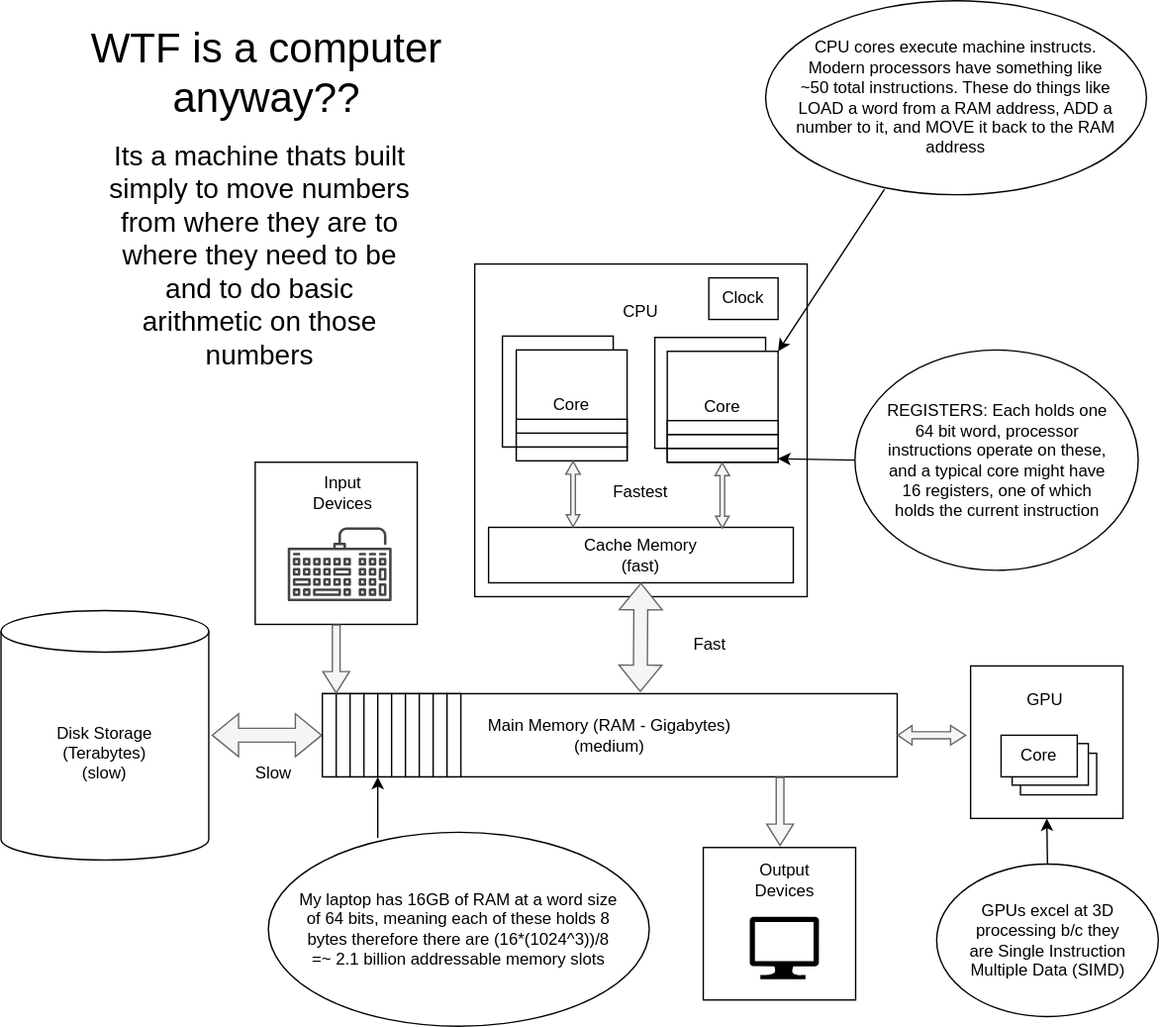
bckohan/learn-python keeps this draw.io diagram as learn_python/preamble/ComputerMentalModel.svg. Above is the earlier version. Source tidied: cells renumbered, new cells last; positions are measured from the earlier drawing's top-left corner, leaving out a move shared by most shapes. Its diagram source:
```xml
<mxGraphModel>
  <root>
    <mxCell id="0" />
    <mxCell id="1" parent="0" />
    <mxCell id="2" style="whiteSpace=wrap;html=1;" parent="1" vertex="1">
      <mxGeometry x="342" y="190" width="240" height="240" as="geometry" />
    </mxCell>
    <mxCell id="3" value="Core1" style="whiteSpace=wrap;html=1;" parent="1" vertex="1">
      <mxGeometry x="362" y="242" width="80" height="80" as="geometry" />
    </mxCell>
    <mxCell id="4" value="Core1" style="whiteSpace=wrap;html=1;" parent="1" vertex="1">
      <mxGeometry x="472" y="243" width="80" height="80" as="geometry" />
    </mxCell>
    <mxCell id="5" value="Core" style="whiteSpace=wrap;html=1;" parent="1" vertex="1">
      <mxGeometry x="372" y="252" width="80" height="80" as="geometry" />
    </mxCell>
    <mxCell id="6" value="CPU" style="rounded=0;whiteSpace=wrap;html=1;gradientColor=none;strokeColor=none;" parent="1" vertex="1">
      <mxGeometry x="362" y="210" width="200" height="30" as="geometry" />
    </mxCell>
    <mxCell id="7" value="Cache Memory&lt;br&gt;(fast)" style="rounded=0;whiteSpace=wrap;html=1;" parent="1" vertex="1">
      <mxGeometry x="352" y="380" width="220" height="40" as="geometry" />
    </mxCell>
    <mxCell id="8" value="Main Memory (RAM - Gigabytes)&lt;br&gt;(medium)" style="rounded=0;whiteSpace=wrap;html=1;" parent="1" vertex="1">
      <mxGeometry x="232" y="500" width="415" height="60" as="geometry" />
    </mxCell>
    <mxCell id="9" value="Disk Storage&lt;br&gt;(Terabytes)&lt;br&gt;(slow)" style="shape=cylinder3;whiteSpace=wrap;html=1;boundedLbl=1;backgroundOutline=1;size=15;" parent="1" vertex="1">
      <mxGeometry y="440" width="150" height="180" as="geometry" />
    </mxCell>
    <mxCell id="10" style="shape=flexArrow;endArrow=classic;startArrow=classic;html=1;rounded=0;exitX=0.553;exitY=-0.018;exitDx=0;exitDy=0;entryX=0.5;entryY=1;entryDx=0;entryDy=0;fillColor=#f5f5f5;strokeColor=#666666;exitPerimeter=0;" parent="1" edge="1" source="8" target="7">
      <mxGeometry relative="1" as="geometry" />
    </mxCell>
    <mxCell id="11" style="shape=flexArrow;endArrow=classic;startArrow=classic;html=1;rounded=0;exitX=0;exitY=0.5;exitDx=0;exitDy=0;fillColor=#f5f5f5;strokeColor=#666666;" parent="1" edge="1" source="8">
      <mxGeometry relative="1" as="geometry">
        <mxPoint x="152" y="530" as="targetPoint" />
      </mxGeometry>
    </mxCell>
    <mxCell id="12" style="rounded=0;whiteSpace=wrap;html=1;rotation=90;" parent="1" vertex="1">
      <mxGeometry x="207" y="525" width="60" height="10" as="geometry" />
    </mxCell>
    <mxCell id="13" style="rounded=0;whiteSpace=wrap;html=1;rotation=90;" parent="1" vertex="1">
      <mxGeometry x="217" y="525" width="60" height="10" as="geometry" />
    </mxCell>
    <mxCell id="14" style="rounded=0;whiteSpace=wrap;html=1;rotation=90;" parent="1" vertex="1">
      <mxGeometry x="227" y="525" width="60" height="10" as="geometry" />
    </mxCell>
    <mxCell id="15" style="rounded=0;whiteSpace=wrap;html=1;rotation=90;" parent="1" vertex="1">
      <mxGeometry x="237" y="525" width="60" height="10" as="geometry" />
    </mxCell>
    <mxCell id="16" style="rounded=0;whiteSpace=wrap;html=1;rotation=90;" parent="1" vertex="1">
      <mxGeometry x="247" y="525" width="60" height="10" as="geometry" />
    </mxCell>
    <mxCell id="17" style="rounded=0;whiteSpace=wrap;html=1;rotation=90;" parent="1" vertex="1">
      <mxGeometry x="257" y="525" width="60" height="10" as="geometry" />
    </mxCell>
    <mxCell id="18" style="rounded=0;whiteSpace=wrap;html=1;rotation=90;" parent="1" vertex="1">
      <mxGeometry x="267" y="525" width="60" height="10" as="geometry" />
    </mxCell>
    <mxCell id="19" style="rounded=0;whiteSpace=wrap;html=1;rotation=90;" parent="1" vertex="1">
      <mxGeometry x="277" y="525" width="60" height="10" as="geometry" />
    </mxCell>
    <mxCell id="20" style="rounded=0;whiteSpace=wrap;html=1;rotation=90;" parent="1" vertex="1">
      <mxGeometry x="287" y="525" width="60" height="10" as="geometry" />
    </mxCell>
    <mxCell id="21" style="rounded=0;whiteSpace=wrap;html=1;rotation=90;" parent="1" vertex="1">
      <mxGeometry x="297" y="525" width="60" height="10" as="geometry" />
    </mxCell>
    <mxCell id="22" value="My laptop has 16GB of RAM at a word size of 64 bits, meaning each of these holds 8 bytes therefore there are (16*(1024^3))/8 =~ 2.1 billion addressable memory slots" style="ellipse;whiteSpace=wrap;html=1;labelPadding=2;perimeterSpacing=11;spacingLeft=0;spacing=21;" parent="1" vertex="1">
      <mxGeometry x="193" y="600" width="275" height="140" as="geometry" />
    </mxCell>
    <mxCell id="23" style="endArrow=classic;html=1;rounded=0;exitX=0.303;exitY=0.093;exitDx=0;exitDy=0;exitPerimeter=0;entryX=1;entryY=1;entryDx=0;entryDy=0;" parent="1" edge="1" source="22" target="16">
      <mxGeometry relative="1" as="geometry" />
    </mxCell>
    <mxCell id="24" value="CPU cores execute machine instructs. Modern processors have something like ~50 total instructions. These do things like LOAD a word from a RAM address, ADD a number to it, and MOVE it back to the RAM address" style="ellipse;whiteSpace=wrap;html=1;labelPadding=2;perimeterSpacing=11;spacingLeft=0;spacing=21;" parent="1" vertex="1">
      <mxGeometry x="552" width="275" height="140" as="geometry" />
    </mxCell>
    <mxCell id="25" style="rounded=0;whiteSpace=wrap;html=1;rotation=-180;" parent="1" vertex="1">
      <mxGeometry x="372" y="322" width="80" height="10" as="geometry" />
    </mxCell>
    <mxCell id="26" style="rounded=0;whiteSpace=wrap;html=1;rotation=-180;" parent="1" vertex="1">
      <mxGeometry x="372" y="312" width="80" height="10" as="geometry" />
    </mxCell>
    <mxCell id="27" style="rounded=0;whiteSpace=wrap;html=1;rotation=-180;" parent="1" vertex="1">
      <mxGeometry x="372" y="302" width="80" height="10" as="geometry" />
    </mxCell>
    <mxCell id="28" value="Core" style="whiteSpace=wrap;html=1;" parent="1" vertex="1">
      <mxGeometry x="481" y="253" width="80" height="80" as="geometry" />
    </mxCell>
    <mxCell id="29" style="rounded=0;whiteSpace=wrap;html=1;rotation=-180;" parent="1" vertex="1">
      <mxGeometry x="481" y="323" width="80" height="10" as="geometry" />
    </mxCell>
    <mxCell id="30" style="rounded=0;whiteSpace=wrap;html=1;rotation=-180;" parent="1" vertex="1">
      <mxGeometry x="481" y="313" width="80" height="10" as="geometry" />
    </mxCell>
    <mxCell id="31" style="rounded=0;whiteSpace=wrap;html=1;rotation=-180;" parent="1" vertex="1">
      <mxGeometry x="481" y="303" width="80" height="10" as="geometry" />
    </mxCell>
    <mxCell id="32" value="REGISTERS: Each holds one 64 bit word, processor instructions operate on these, and a typical core might have 16 registers, one of which holds the current instruction" style="ellipse;whiteSpace=wrap;html=1;spacing=23;" parent="1" vertex="1">
      <mxGeometry x="616.5" y="252" width="204.5" height="159" as="geometry" />
    </mxCell>
    <mxCell id="33" style="endArrow=classic;html=1;rounded=0;entryX=0;entryY=0.25;entryDx=0;entryDy=0;exitX=0;exitY=0.5;exitDx=0;exitDy=0;" parent="1" edge="1" source="32" target="29">
      <mxGeometry relative="1" as="geometry" />
    </mxCell>
    <mxCell id="34" style="shape=flexArrow;endArrow=classic;startArrow=classic;html=1;rounded=0;entryX=0.25;entryY=1;entryDx=0;entryDy=0;fillColor=#f5f5f5;strokeColor=#666666;width=3.3220338983050848;endSize=2.71728813559322;endWidth=6.101694915254237;startWidth=5.423728813559322;startSize=2.5254237288135593;" parent="1" edge="1">
      <mxGeometry relative="1" as="geometry">
        <mxPoint x="413" y="380" as="sourcePoint" />
        <mxPoint x="413" y="332" as="targetPoint" />
      </mxGeometry>
    </mxCell>
    <mxCell id="35" style="shape=flexArrow;endArrow=classic;startArrow=classic;html=1;rounded=0;entryX=0.25;entryY=1;entryDx=0;entryDy=0;fillColor=#f5f5f5;strokeColor=#666666;width=3.3220338983050848;endSize=2.71728813559322;endWidth=6.101694915254237;startWidth=5.423728813559322;startSize=2.5254237288135593;" parent="1" edge="1">
      <mxGeometry relative="1" as="geometry">
        <mxPoint x="520.8" y="381" as="sourcePoint" />
        <mxPoint x="520.8" y="333" as="targetPoint" />
      </mxGeometry>
    </mxCell>
    <mxCell id="36" style="endArrow=classic;html=1;rounded=0;entryX=1;entryY=0;entryDx=0;entryDy=0;exitX=0.326;exitY=0.908;exitDx=0;exitDy=0;exitPerimeter=0;" parent="1" edge="1" source="24" target="28">
      <mxGeometry relative="1" as="geometry" />
    </mxCell>
    <mxCell id="37" value="&lt;font style=&quot;font-size: 30px;&quot;&gt;WTF is a computer anyway??&lt;br&gt;&lt;br&gt;&lt;/font&gt;" style="rounded=0;whiteSpace=wrap;html=1;strokeColor=none;fillColor=none;" parent="1" vertex="1">
      <mxGeometry x="42" y="26" width="300" height="88" as="geometry" />
    </mxCell>
    <mxCell id="38" style="whiteSpace=wrap;html=1;" parent="1" vertex="1">
      <mxGeometry x="183.5" y="333" width="117" height="117" as="geometry" />
    </mxCell>
    <mxCell id="39" style="sketch=0;shadow=0;dashed=0;html=1;strokeColor=none;fillColor=#434445;labelPosition=center;verticalLabelPosition=bottom;verticalAlign=top;align=center;shape=mxgraph.vvd.keyboard;" parent="1" vertex="1">
      <mxGeometry x="207" y="380" width="75" height="53.2" as="geometry" />
    </mxCell>
    <mxCell id="40" value="Input Devices" style="text;html=1;strokeColor=none;fillColor=none;align=center;verticalAlign=middle;whiteSpace=wrap;rounded=0;" parent="1" vertex="1">
      <mxGeometry x="217" y="340" width="60" height="30" as="geometry" />
    </mxCell>
    <mxCell id="41" style="shape=flexArrow;endArrow=classic;html=1;rounded=0;endWidth=12.716049382716049;endSize=4.811111111111111;width=5.555555555555555;exitX=0.5;exitY=1;exitDx=0;exitDy=0;entryX=0;entryY=1;entryDx=0;entryDy=0;fillColor=#f5f5f5;strokeColor=#666666;" parent="1" edge="1" source="38" target="13">
      <mxGeometry relative="1" as="geometry" />
    </mxCell>
    <mxCell id="42" style="shape=flexArrow;endArrow=classic;html=1;rounded=0;endWidth=12.716049382716049;endSize=4.811111111111111;width=5.555555555555555;exitX=0.5;exitY=1;exitDx=0;exitDy=0;entryX=0;entryY=1;entryDx=0;entryDy=0;fillColor=#f5f5f5;strokeColor=#666666;" parent="1" edge="1">
      <mxGeometry relative="1" as="geometry">
        <mxPoint x="562.4" y="560" as="sourcePoint" />
        <mxPoint x="562.4" y="610" as="targetPoint" />
      </mxGeometry>
    </mxCell>
    <mxCell id="43" style="whiteSpace=wrap;html=1;" parent="1" vertex="1">
      <mxGeometry x="700" y="480" width="110" height="110" as="geometry" />
    </mxCell>
    <mxCell id="44" value="Core" style="rounded=0;whiteSpace=wrap;html=1;" parent="1" vertex="1">
      <mxGeometry x="736" y="543" width="55" height="30" as="geometry" />
    </mxCell>
    <mxCell id="45" value="Core" style="rounded=0;whiteSpace=wrap;html=1;" parent="1" vertex="1">
      <mxGeometry x="730" y="536" width="55" height="30" as="geometry" />
    </mxCell>
    <mxCell id="46" value="Core" style="rounded=0;whiteSpace=wrap;html=1;" parent="1" vertex="1">
      <mxGeometry x="722" y="530" width="55" height="30" as="geometry" />
    </mxCell>
    <mxCell id="47" value="GPU" style="text;html=1;strokeColor=none;fillColor=none;align=center;verticalAlign=middle;whiteSpace=wrap;rounded=0;" parent="1" vertex="1">
      <mxGeometry x="724" y="490" width="60" height="30" as="geometry" />
    </mxCell>
    <mxCell id="48" style="shape=flexArrow;endArrow=classic;startArrow=classic;html=1;rounded=0;entryX=1;entryY=0.5;entryDx=0;entryDy=0;fillColor=#f5f5f5;strokeColor=#666666;endWidth=7.943262411347518;endSize=3.0652482269503545;width=5.1063829787234045;startSize=3.321985815602837;startWidth=7.943262411347518;" parent="1" edge="1" target="8">
      <mxGeometry relative="1" as="geometry">
        <mxPoint x="697" y="530" as="sourcePoint" />
      </mxGeometry>
    </mxCell>
    <mxCell id="49" value="GPUs excel at 3D processing b/c they are Single Instruction Multiple Data (SIMD)" style="ellipse;whiteSpace=wrap;html=1;spacing=20;" parent="1" vertex="1">
      <mxGeometry x="675.5" y="623" width="160" height="110" as="geometry" />
    </mxCell>
    <mxCell id="50" style="group;" parent="1" vertex="1">
      <mxGeometry x="507" y="611" width="110" height="110" as="geometry" />
    </mxCell>
    <mxCell id="51" style="whiteSpace=wrap;html=1;" parent="50" vertex="1">
      <mxGeometry width="110" height="110" as="geometry" />
    </mxCell>
    <mxCell id="52" style="sketch=0;shadow=0;dashed=0;html=1;strokeColor=none;labelPosition=center;verticalLabelPosition=bottom;verticalAlign=top;align=center;fillColor=#000000;shape=mxgraph.azure.computer;" parent="50" vertex="1">
      <mxGeometry x="33.5" y="50" width="50" height="45" as="geometry" />
    </mxCell>
    <mxCell id="53" value="Output Devices" style="text;html=1;strokeColor=none;fillColor=none;align=center;verticalAlign=middle;whiteSpace=wrap;rounded=0;" parent="50" vertex="1">
      <mxGeometry x="28.5" y="9" width="60" height="30" as="geometry" />
    </mxCell>
    <mxCell id="54" style="endArrow=classic;html=1;rounded=0;entryX=0.5;entryY=1;entryDx=0;entryDy=0;exitX=0.5;exitY=0;exitDx=0;exitDy=0;" parent="1" edge="1" source="49" target="43">
      <mxGeometry relative="1" as="geometry" />
    </mxCell>
    <mxCell id="55" value="&lt;font style=&quot;font-size: 20px;&quot;&gt;Its a machine thats built simply to move numbers from where they are to where they need to be and to do basic arithmetic on those numbers&lt;/font&gt;" style="text;html=1;strokeColor=none;fillColor=none;align=center;verticalAlign=middle;whiteSpace=wrap;rounded=0;" parent="1" vertex="1">
      <mxGeometry x="77" y="98" width="220" height="170" as="geometry" />
    </mxCell>
    <mxCell id="56" value="Slow" style="text;html=1;strokeColor=none;fillColor=none;align=center;verticalAlign=middle;whiteSpace=wrap;rounded=0;" parent="1" vertex="1">
      <mxGeometry x="167" y="543" width="60" height="30" as="geometry" />
    </mxCell>
    <mxCell id="57" value="Fast" style="text;html=1;strokeColor=none;fillColor=none;align=center;verticalAlign=middle;whiteSpace=wrap;rounded=0;" parent="1" vertex="1">
      <mxGeometry x="482" y="450" width="60" height="30" as="geometry" />
    </mxCell>
    <mxCell id="58" value="Fastest" style="text;html=1;strokeColor=none;fillColor=none;align=center;verticalAlign=middle;whiteSpace=wrap;rounded=0;" parent="1" vertex="1">
      <mxGeometry x="432" y="340" width="60" height="30" as="geometry" />
    </mxCell>
    <mxCell id="59" value="Clock" style="rounded=0;whiteSpace=wrap;html=1;" parent="1" vertex="1">
      <mxGeometry x="511" y="200" width="50" height="30" as="geometry" />
    </mxCell>
  </root>
</mxGraphModel>
```
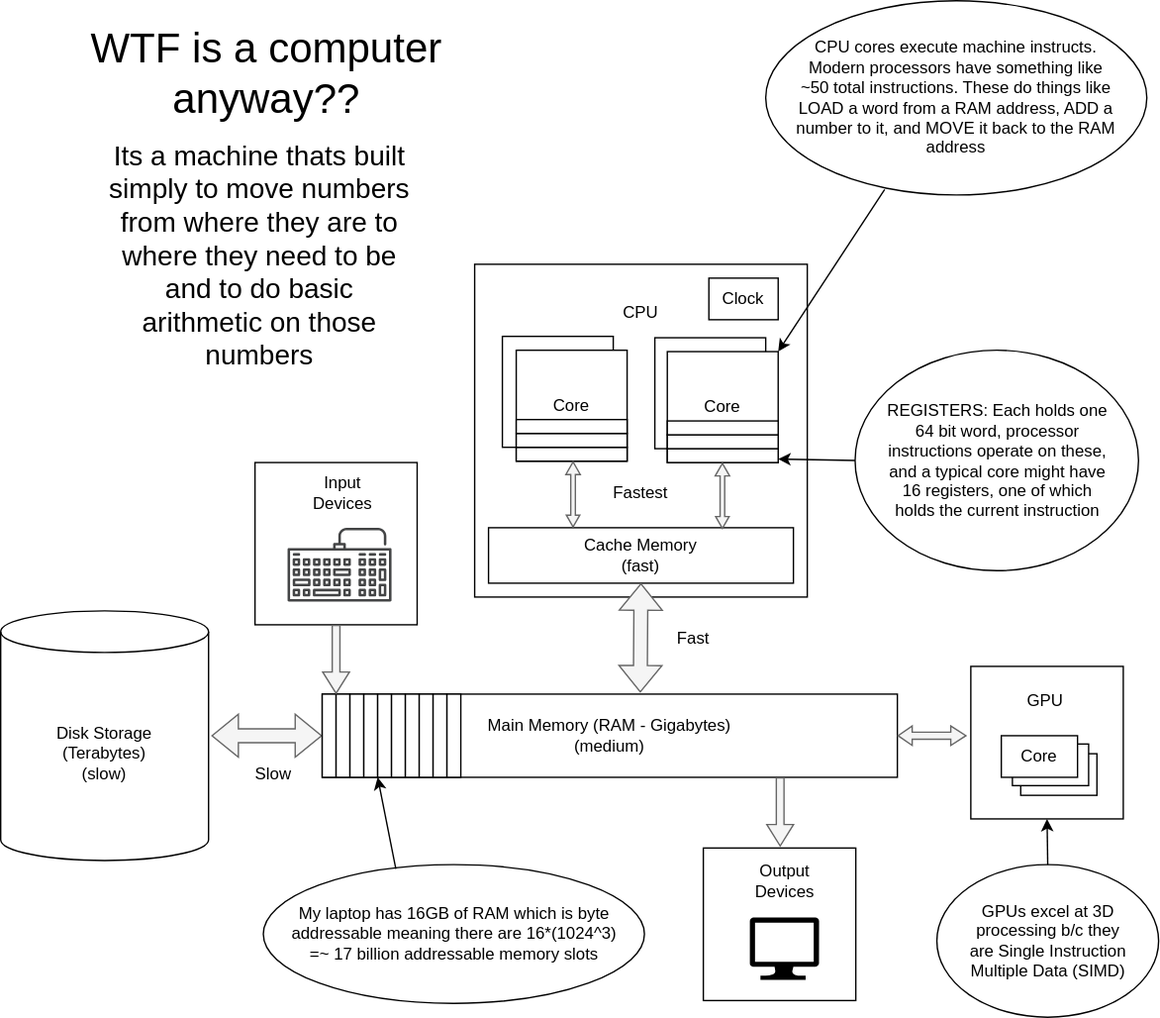
The same file after the commit.

Change to the diagram source:
```diff
@@ -64,10 +64,10 @@
     <mxCell id="21" style="rounded=0;whiteSpace=wrap;html=1;rotation=90;" parent="1" vertex="1">
       <mxGeometry x="297" y="525" width="60" height="10" as="geometry" />
     </mxCell>
-    <mxCell id="22" value="My laptop has 16GB of RAM at a word size of 64 bits, meaning each of these holds 8 bytes therefore there are (16*(1024^3))/8 =~ 2.1 billion addressable memory slots" style="ellipse;whiteSpace=wrap;html=1;labelPadding=2;perimeterSpacing=11;spacingLeft=0;spacing=21;" parent="1" vertex="1">
-      <mxGeometry x="193" y="600" width="275" height="140" as="geometry" />
+    <mxCell id="22" value="My laptop has 16GB of RAM which is byte addressable meaning there are 16*(1024^3) =~ 17 billion addressable memory slots" style="ellipse;whiteSpace=wrap;html=1;labelPadding=2;perimeterSpacing=11;spacingLeft=0;spacing=21;" parent="1" vertex="1">
+      <mxGeometry x="189.5" y="623" width="275" height="100" as="geometry" />
     </mxCell>
-    <mxCell id="23" style="endArrow=classic;html=1;rounded=0;exitX=0.303;exitY=0.093;exitDx=0;exitDy=0;exitPerimeter=0;entryX=1;entryY=1;entryDx=0;entryDy=0;" parent="1" edge="1" source="22" target="16">
+    <mxCell id="23" style="endArrow=classic;html=1;rounded=0;exitX=0.359;exitY=0.115;exitDx=0;exitDy=0;exitPerimeter=0;entryX=1;entryY=1;entryDx=0;entryDy=0;" parent="1" edge="1" source="22" target="16">
       <mxGeometry relative="1" as="geometry" />
     </mxCell>
     <mxCell id="24" value="CPU cores execute machine instructs. Modern processors have something like ~50 total instructions. These do things like LOAD a word from a RAM address, ADD a number to it, and MOVE it back to the RAM address" style="ellipse;whiteSpace=wrap;html=1;labelPadding=2;perimeterSpacing=11;spacingLeft=0;spacing=21;" parent="1" vertex="1">
@@ -181,7 +181,7 @@
       <mxGeometry x="167" y="543" width="60" height="30" as="geometry" />
     </mxCell>
     <mxCell id="57" value="Fast" style="text;html=1;strokeColor=none;fillColor=none;align=center;verticalAlign=middle;whiteSpace=wrap;rounded=0;" parent="1" vertex="1">
-      <mxGeometry x="482" y="450" width="60" height="30" as="geometry" />
+      <mxGeometry x="470" y="445" width="60" height="30" as="geometry" />
     </mxCell>
     <mxCell id="58" value="Fastest" style="text;html=1;strokeColor=none;fillColor=none;align=center;verticalAlign=middle;whiteSpace=wrap;rounded=0;" parent="1" vertex="1">
       <mxGeometry x="432" y="340" width="60" height="30" as="geometry" />
```
